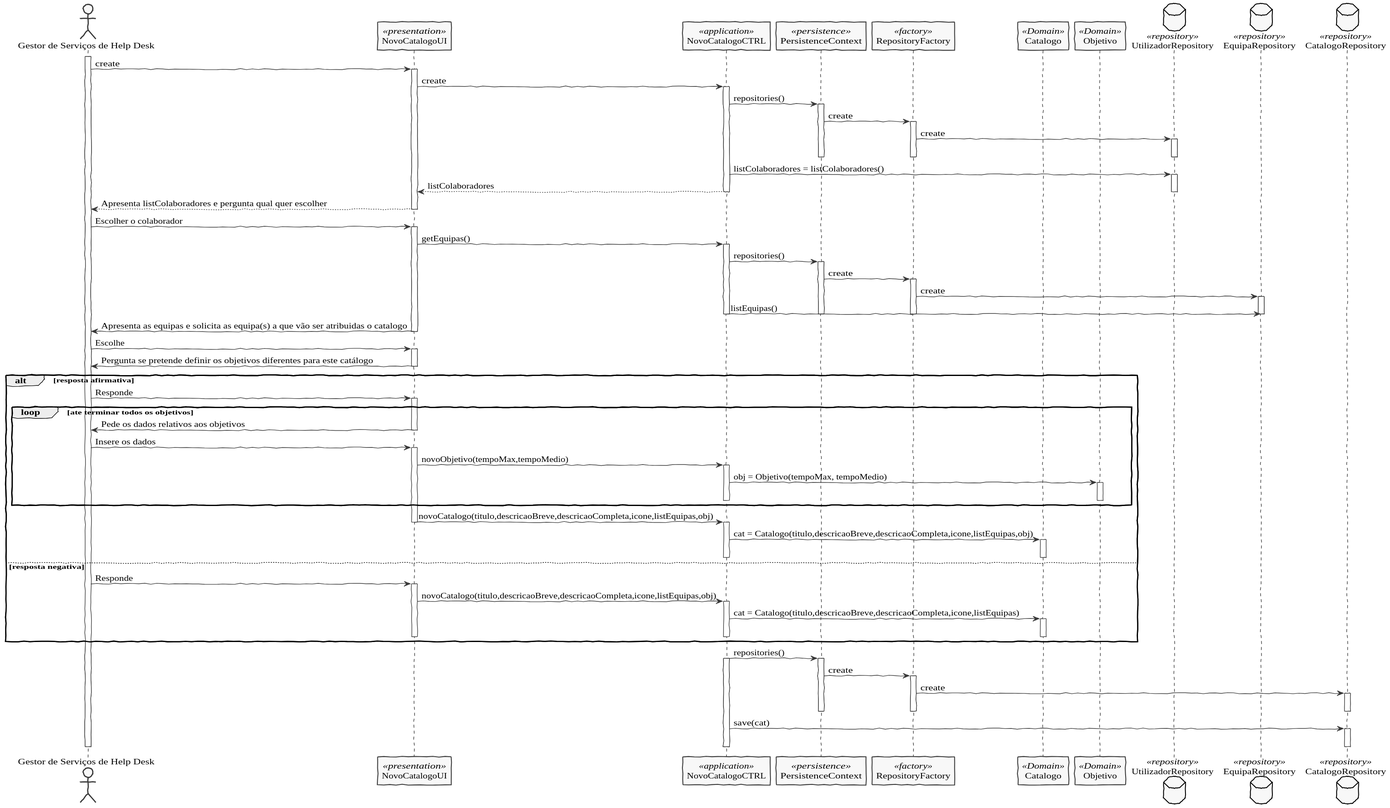
Above: docs/Use Cases/US2001/SD.svg in pedrolemos4/LAPR4 (PlantUML), before the change.
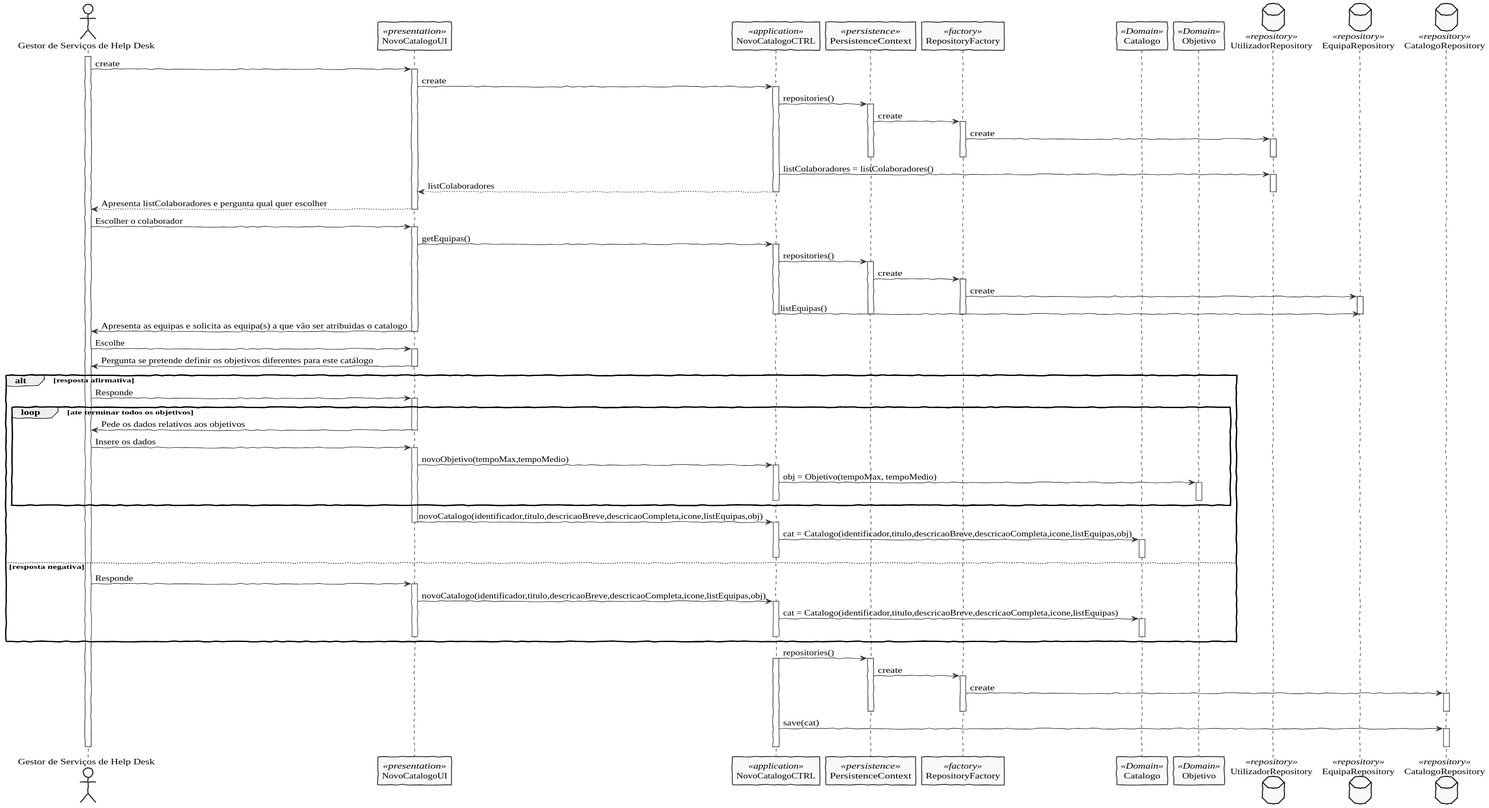
Later version of the same file.

Commit message:
LEI2DI04-38 #close #comment SD

Change to the diagram source:
```diff
@@ -79,19 +79,19 @@
     deactivate Controller
     end
 
-      UI -> Controller: novoCatalogo(titulo,descricaoBreve,descricaoCompleta,icone,listEquipas,obj)
+      UI -> Controller: novoCatalogo(identificador,titulo,descricaoBreve,descricaoCompleta,icone,listEquipas,obj)
     deactivate UI
     activate Controller
-      Controller -> Catalogo: cat = Catalogo(titulo,descricaoBreve,descricaoCompleta,icone,listEquipas,obj)
+      Controller -> Catalogo: cat = Catalogo(identificador,titulo,descricaoBreve,descricaoCompleta,icone,listEquipas,obj)
     activate Catalogo
     deactivate Catalogo
     deactivate Controller
     else resposta negativa
       Actor -> UI: Responde
     activate UI
-      UI -> Controller: novoCatalogo(titulo,descricaoBreve,descricaoCompleta,icone,listEquipas,obj)
+      UI -> Controller: novoCatalogo(identificador,titulo,descricaoBreve,descricaoCompleta,icone,listEquipas,obj)
     activate Controller
-      Controller -> Catalogo: cat = Catalogo(titulo,descricaoBreve,descricaoCompleta,icone,listEquipas)
+      Controller -> Catalogo: cat = Catalogo(identificador,titulo,descricaoBreve,descricaoCompleta,icone,listEquipas)
     activate Catalogo
     deactivate Catalogo
     deactivate Controller
```
